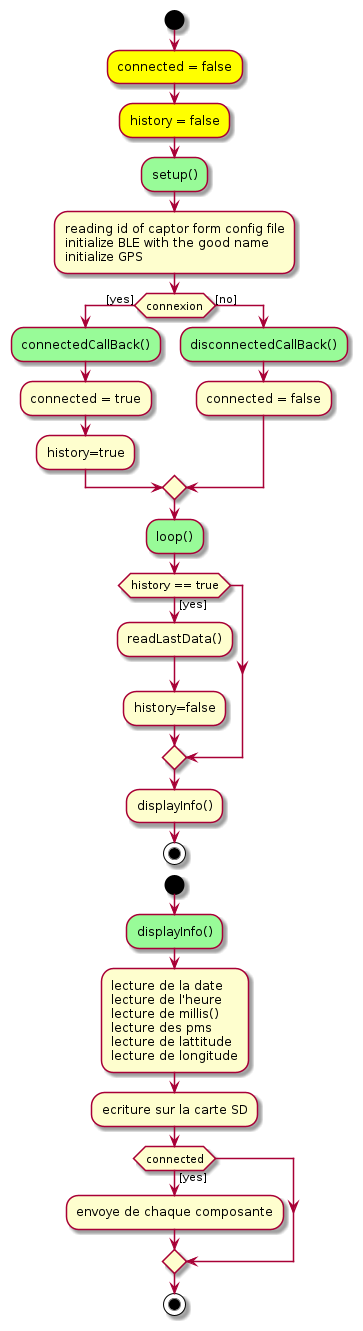
Earlier version of the PlantUML export images/diagram.png (nreiminger/sensorsDataTransfer). The source it was exported from:
```plantuml
@startuml activity diagram
start
#Yellow:connected = false;
#Yellow:history = false;
#palegreen:setup();
    :reading id of captor form config file
    initialize BLE with the good name
    initialize GPS;
    if(connexion) then ([yes])
        #palegreen:connectedCallBack();
        :connected = true;
        :history=true;
    else ([no])
        #palegreen:disconnectedCallBack();
        :connected = false;
    endif
#palegreen:loop();
    if(history == true) then ([yes])
        :readLastData();
        :history=false;
    endif;
    :displayInfo();
stop

start
    #palegreen:displayInfo();
    :lecture de la date
    lecture de l'heure
    lecture de millis()
    lecture des pms
    lecture de lattitude
    lecture de longitude;
    :ecriture sur la carte SD;
    if(connected) then ([yes])
        :envoye de chaque composante;
    endif
stop
@enduml
```
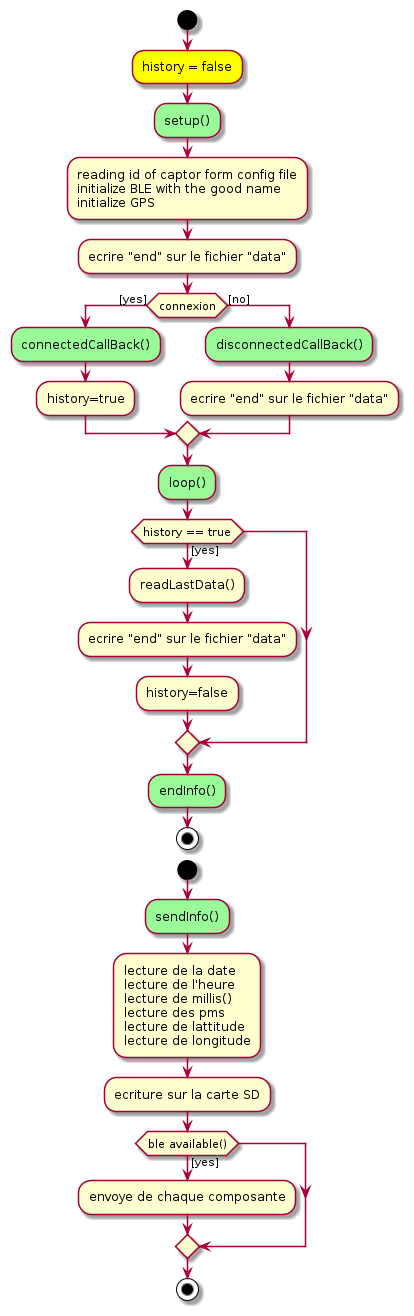
After the commit.

Commit message:
nouveau code + mise a jour des diagrams

What changed in the source:
```diff
@@ -1,29 +1,29 @@
 @startuml activity diagram
 start
-#Yellow:connected = false;
 #Yellow:history = false;
 #palegreen:setup();
     :reading id of captor form config file
     initialize BLE with the good name
     initialize GPS;
+    :ecrire "end" sur le fichier "data";
     if(connexion) then ([yes])
         #palegreen:connectedCallBack();
-        :connected = true;
         :history=true;
     else ([no])
         #palegreen:disconnectedCallBack();
-        :connected = false;
+        :ecrire "end" sur le fichier "data";
     endif
 #palegreen:loop();
     if(history == true) then ([yes])
         :readLastData();
+        :ecrire "end" sur le fichier "data";
         :history=false;
     endif;
-    :displayInfo();
+    #palegreen:endInfo();
 stop
 
 start
-    #palegreen:displayInfo();
+    #palegreen:sendInfo();
     :lecture de la date
     lecture de l'heure
     lecture de millis()
@@ -31,7 +31,7 @@
     lecture de lattitude
     lecture de longitude;
     :ecriture sur la carte SD;
-    if(connected) then ([yes])
+    if(ble available()) then ([yes])
         :envoye de chaque composante;
     endif
 stop
```
